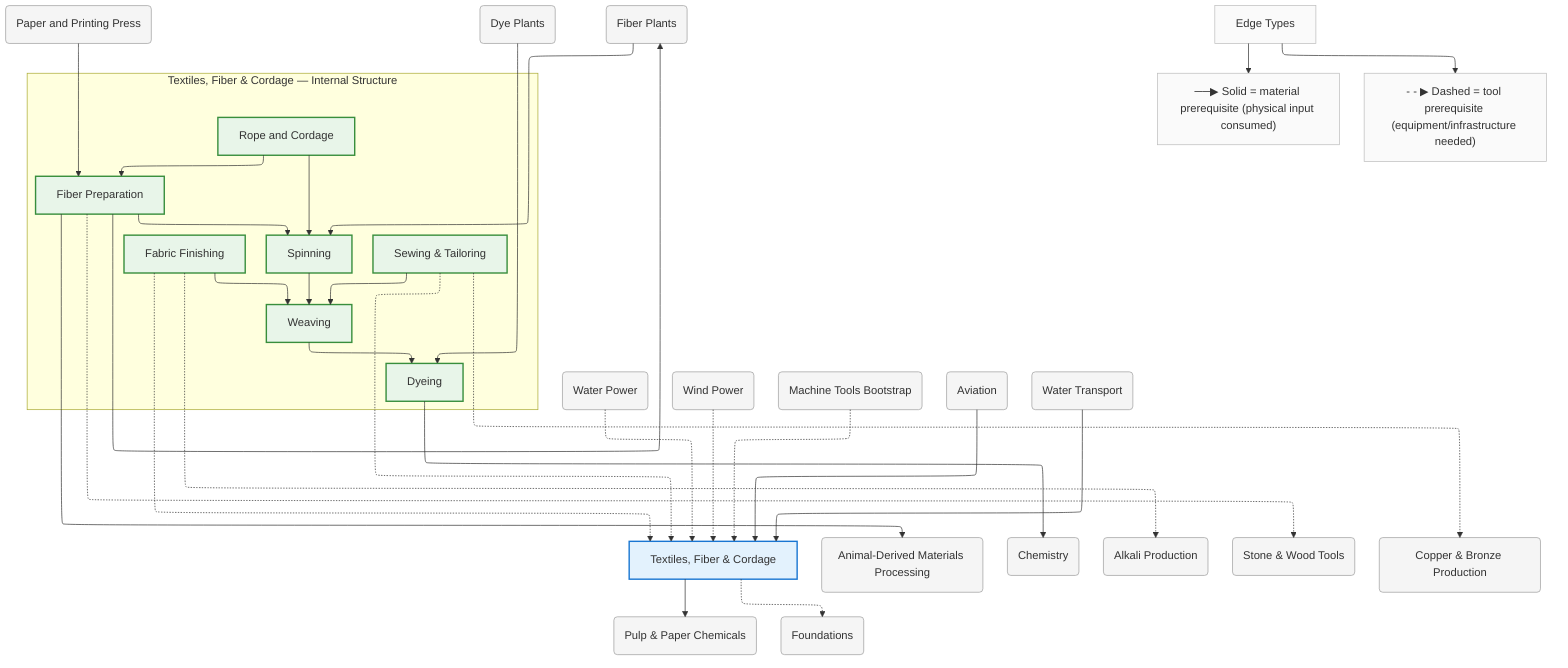
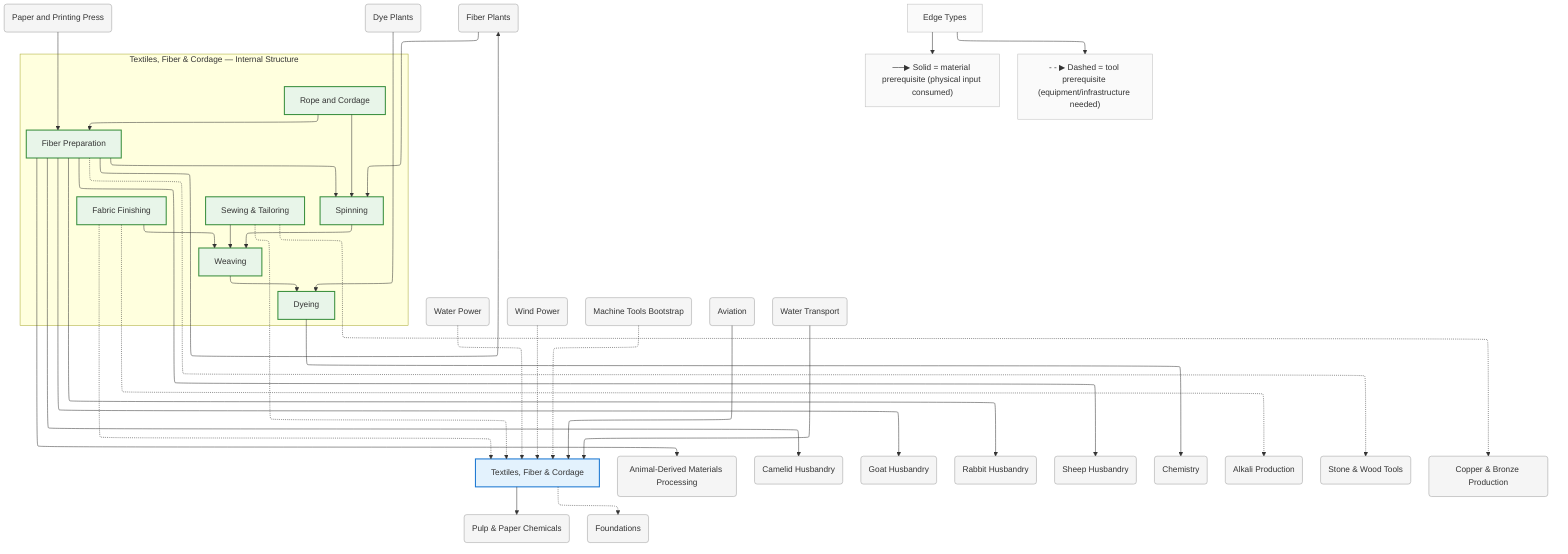
%%{init: {"flowchart": {"defaultRenderer": "elk", "htmlLabels": true}}}%%
graph TD
    %% Domain: Textiles, Fiber & Cordage

    %% ==================== INTERNAL NODES ====================
    subgraph textiles_internal ["Textiles, Fiber & Cordage — Internal Structure"]
        direction TB
        textiles_fibers["Fiber Preparation"]
        textiles_spinning["Spinning"]
        textiles_weaving["Weaving"]
        textiles_dyeing["Dyeing"]
        textiles_rope-making["Rope and Cordage"]
        textiles_finishing["Fabric Finishing"]
        textiles_sewing-tailoring["Sewing & Tailoring"]
    end

    %% ==================== DOMAIN NODE ====================
    textiles["Textiles, Fiber & Cordage"]

    %% ==================== EXTERNAL DEPENDENCIES ====================
    animals_animal-materials("Animal-Derived Materials Processing")
+     animals_camelids("Camelid Husbandry")
+     animals_goats("Goat Husbandry")
+     animals_rabbits("Rabbit Husbandry")
+     animals_sheep("Sheep Husbandry")
    chemistry("Chemistry")
    chemistry_alkalis("Alkali Production")
    chemistry_pulp-chemicals("Pulp & Paper Chemicals")
    energy_gravity("Water Power")
    energy_wind("Wind Power")
    foundations("Foundations")
    foundations_tools-basic("Stone & Wood Tools")
    knowledge_printing("Paper and Printing Press")
    machine-tools("Machine Tools Bootstrap")
    metals_copper-bronze("Copper & Bronze Production")
    plants_dye-plants("Dye Plants")
    plants_fiber-plants("Fiber Plants")
    transport_aviation("Aviation")
    transport_shipping("Water Transport")

    %% ==================== EDGES ====================
    textiles_fibers --> textiles_spinning
    textiles_spinning --> textiles_weaving
    textiles_weaving --> textiles_dyeing
    textiles_rope-making --> textiles_fibers
    textiles_rope-making --> textiles_spinning
    textiles_finishing -.-> textiles
    textiles_finishing --> textiles_weaving
    textiles_sewing-tailoring -.-> textiles
    textiles_sewing-tailoring --> textiles_weaving
    energy_gravity -.-> textiles
    energy_wind -.-> textiles
    machine-tools -.-> textiles
    textiles -.-> foundations
    transport_aviation --> textiles
    textiles_fibers -.-> foundations_tools-basic
    textiles_dyeing --> chemistry
    transport_shipping --> textiles
    knowledge_printing --> textiles_fibers
    textiles_fibers --> plants_fiber-plants
    plants_fiber-plants --> textiles_spinning
    plants_dye-plants --> textiles_dyeing
    textiles --> chemistry_pulp-chemicals
    textiles_fibers --> animals_animal-materials
    textiles_finishing -.-> chemistry_alkalis
    textiles_sewing-tailoring -.-> metals_copper-bronze
+     textiles_fibers --> animals_sheep
+     textiles_fibers --> animals_goats
+     textiles_fibers --> animals_rabbits
+     textiles_fibers --> animals_camelids

    %% ==================== EDGE TYPE LEGEND ====================
    EdgeLegend["Edge Types"]
    EdgeLegend --> MatNote["──▶ Solid = material prerequisite (physical input consumed)"]
    EdgeLegend --> ToolNote["- - ▶ Dashed = tool prerequisite (equipment/infrastructure needed)"]

    %% ==================== STYLING ====================
    classDef domain fill:#e3f2fd,stroke:#1976d2,stroke-width:2px
    classDef capability fill:#e8f5e9,stroke:#388e3c,stroke-width:2px
    classDef process fill:#fff3e0,stroke:#f57c00,stroke-width:2px
    classDef critical fill:#fff3e0,stroke:#f57c00,stroke-width:3px
    classDef earlyWin fill:#e8f5e9,stroke:#388e3c,stroke-width:3px
    classDef pinnacle fill:#fce4ec,stroke:#c62828,stroke-width:3px
    classDef external fill:#f5f5f5,stroke:#9e9e9e,stroke-width:1px
    classDef legend fill:#fafafa,stroke:#bdbdbd,stroke-width:1px
    class textiles domain
    class textiles_fibers capability
    class textiles_spinning capability
    class textiles_weaving capability
    class textiles_dyeing capability
    class textiles_rope-making capability
    class textiles_finishing capability
    class textiles_sewing-tailoring capability
    class animals_animal-materials external
+     class animals_camelids external
+     class animals_goats external
+     class animals_rabbits external
+     class animals_sheep external
    class chemistry external
    class chemistry_alkalis external
    class chemistry_pulp-chemicals external
    class energy_gravity external
    class energy_wind external
    class foundations external
    class foundations_tools-basic external
    class knowledge_printing external
    class machine-tools external
    class metals_copper-bronze external
    class plants_dye-plants external
    class plants_fiber-plants external
    class transport_aviation external
    class transport_shipping external
    class EdgeLegend,MatNote,ToolNote legend
